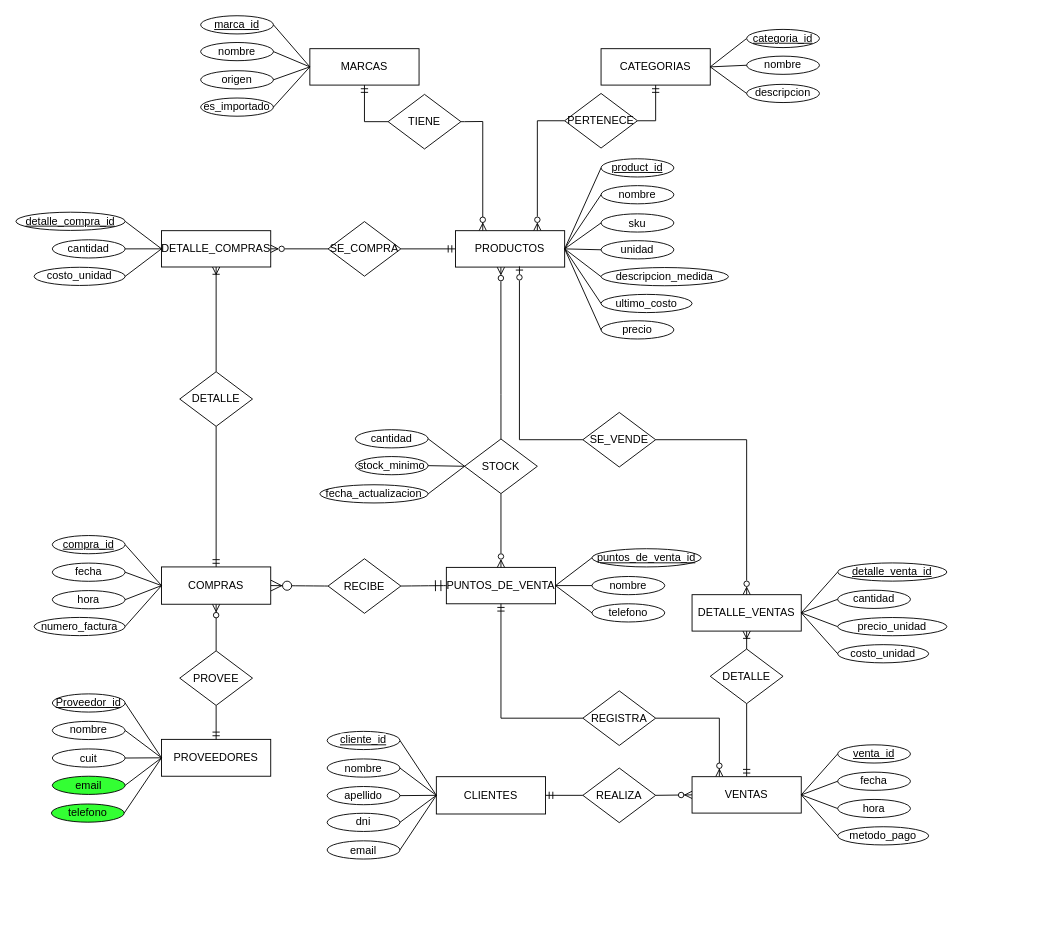
Above: der copy.drawio in MarioSigal/TP_IBD (draw.io), before the change. Source tidied: cells renumbered, new cells numbered last; positions are measured from the earlier drawing's top-left corner, leaving out a move shared by most shapes. Both pictures are drawn from the tidied source at 91%, with x=0, y=0 at pixel (15, 15).
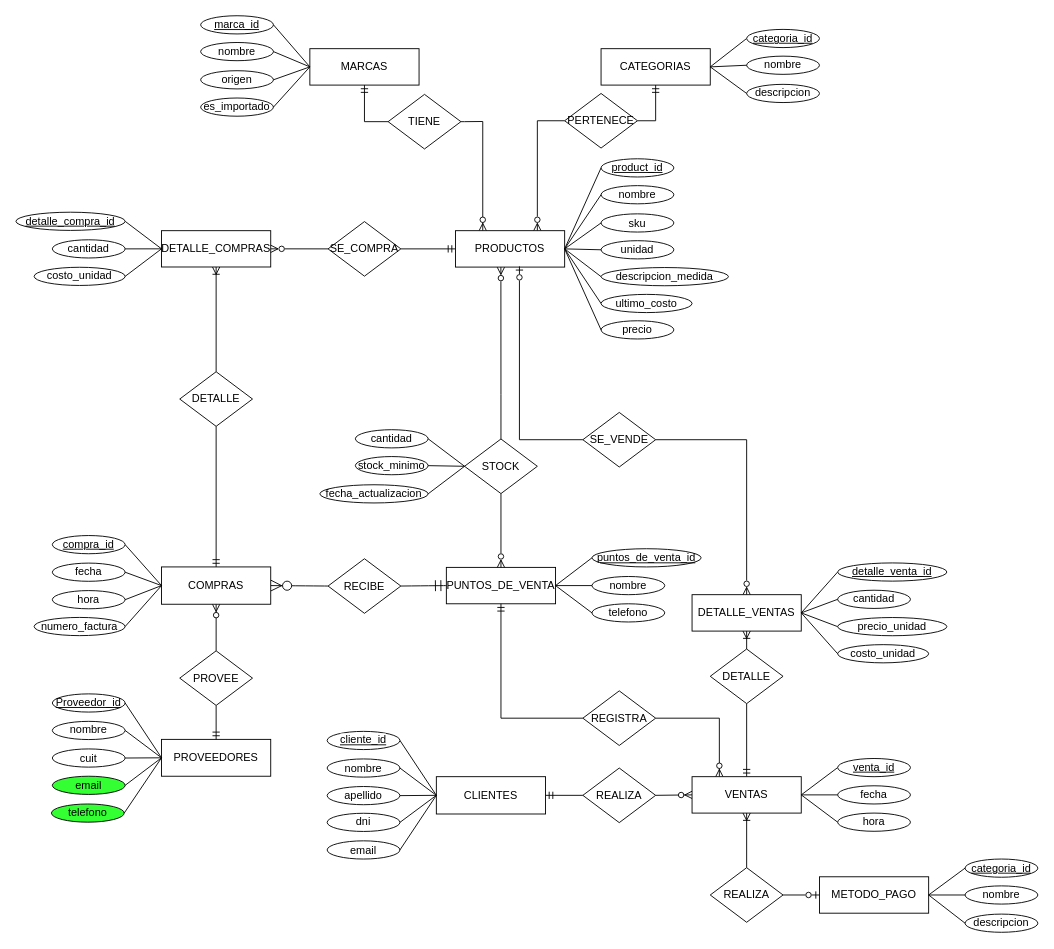
The same diagram, later.

Commit message (it also covers changes not shown here):
Actualiza diagramas DER con las ultimas modificaciones

Unchanged cells that the change refers to:
```xml
<mxCell id="63" value="VENTAS" style="rounded=0;whiteSpace=wrap;html=1;" parent="1" vertex="1">
  <mxGeometry x="743" y="836" width="120" height="40" as="geometry" />
</mxCell>
```

What changed in the source:
```diff
@@
     <mxCell id="65" value="&lt;u&gt;&lt;font style=&quot;color: rgb(0, 0, 0);&quot;&gt;venta_id&lt;/font&gt;&lt;/u&gt;" style="ellipse;whiteSpace=wrap;html=1;" parent="1" vertex="1">
-      <mxGeometry x="903" y="801" width="80" height="20" as="geometry" />
+      <mxGeometry x="903" y="816" width="80" height="20" as="geometry" />
     </mxCell>
     <mxCell id="66" value="fecha" style="ellipse;whiteSpace=wrap;html=1;" parent="1" vertex="1">
-      <mxGeometry x="903" y="831" width="80" height="20" as="geometry" />
+      <mxGeometry x="903" y="846" width="80" height="20" as="geometry" />
     </mxCell>
@@
     <mxCell id="69" value="hora" style="ellipse;whiteSpace=wrap;html=1;" parent="1" vertex="1">
-      <mxGeometry x="903" y="861" width="80" height="20" as="geometry" />
+      <mxGeometry x="903" y="876" width="80" height="20" as="geometry" />
     </mxCell>
-    <mxCell id="70" value="metodo_pago" style="ellipse;whiteSpace=wrap;html=1;" parent="1" vertex="1">
-      <mxGeometry x="903" y="891" width="100" height="20" as="geometry" />
-    </mxCell>
-    <mxCell id="71" style="endArrow=none;html=1;rounded=0;exitX=0;exitY=0.5;exitDx=0;exitDy=0;entryX=1;entryY=0.5;entryDx=0;entryDy=0;" parent="1" edge="1" source="70" target="63">
-      <mxGeometry relative="1" as="geometry" />
-    </mxCell>
@@
+    <mxCell id="135" value="METODO_PAGO" style="rounded=0;whiteSpace=wrap;html=1;" parent="1" vertex="1">
+      <mxGeometry x="883" y="946" width="120" height="40" as="geometry" />
+    </mxCell>
+    <mxCell id="136" value="&lt;u&gt;&lt;font style=&quot;color: rgb(0, 0, 0);&quot;&gt;categoria_id&lt;/font&gt;&lt;/u&gt;" style="ellipse;whiteSpace=wrap;html=1;" parent="1" vertex="1">
+      <mxGeometry x="1043" y="926.5" width="80" height="20" as="geometry" />
+    </mxCell>
+    <mxCell id="137" value="nombre" style="ellipse;whiteSpace=wrap;html=1;" parent="1" vertex="1">
+      <mxGeometry x="1043" y="956" width="80" height="20" as="geometry" />
+    </mxCell>
+    <mxCell id="138" value="descripcion" style="ellipse;whiteSpace=wrap;html=1;" parent="1" vertex="1">
+      <mxGeometry x="1043" y="987" width="80" height="20" as="geometry" />
+    </mxCell>
+    <mxCell id="139" style="edgeStyle=none;shape=wire;rounded=0;jettySize=auto;html=1;dashed=1;endArrow=ERzeroToOne;endFill=0;startArrow=none;startFill=0;entryX=0;entryY=0.5;entryDx=0;entryDy=0;exitX=1;exitY=0.5;exitDx=0;exitDy=0;" parent="1" edge="1" source="144" target="135">
+      <mxGeometry relative="1" as="geometry" />
+    </mxCell>
+    <mxCell id="140" style="rounded=0;jettySize=auto;html=1;exitX=0;exitY=0.5;exitDx=0;exitDy=0;endArrow=none;endFill=0;entryX=1;entryY=0.5;entryDx=0;entryDy=0;" parent="1" edge="1" source="136" target="135">
+      <mxGeometry relative="1" as="geometry" />
+    </mxCell>
+    <mxCell id="141" style="endArrow=none;html=1;rounded=0;entryX=1;entryY=0.5;entryDx=0;entryDy=0;exitX=0;exitY=0.5;exitDx=0;exitDy=0;" parent="1" edge="1" source="138" target="135">
+      <mxGeometry relative="1" as="geometry" />
+    </mxCell>
+    <mxCell id="142" style="endArrow=none;html=1;rounded=0;exitX=0;exitY=0.5;exitDx=0;exitDy=0;entryX=1;entryY=0.5;entryDx=0;entryDy=0;" parent="1" edge="1" source="137" target="135">
+      <mxGeometry relative="1" as="geometry" />
+    </mxCell>
+    <mxCell id="143" style="edgeStyle=none;shape=wire;rounded=0;jettySize=auto;html=1;dashed=1;endArrow=none;endFill=0;startArrow=ERoneToMany;startFill=0;entryX=0.5;entryY=0;entryDx=0;entryDy=0;exitX=0.5;exitY=1;exitDx=0;exitDy=0;" parent="1" edge="1" source="63" target="144">
+      <mxGeometry relative="1" as="geometry" />
+    </mxCell>
+    <mxCell id="144" value="REALIZA" style="rhombus;whiteSpace=wrap;html=1;" parent="1" vertex="1">
+      <mxGeometry x="763" y="936" width="80" height="60" as="geometry" />
+    </mxCell>
```
